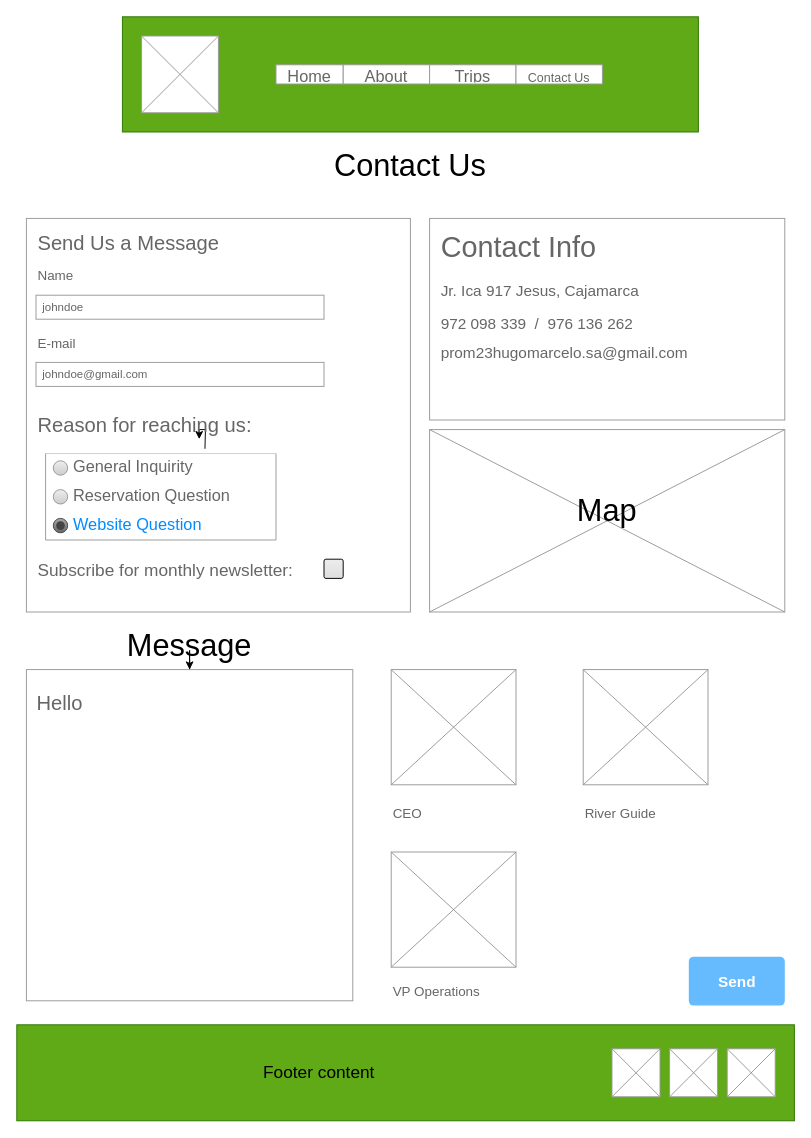
This is page "Contact Us" (1 of 2) of wireframes/contact-us.drawio from hugo-vasques/wdd130, a draw.io file, before an edit. Source tidied: cells renumbered, new cells numbered last; positions are measured from the earlier drawing's top-left corner, leaving out a move shared by most shapes. Both pictures are drawn from the tidied source at 96%, with x=0, y=0 at pixel (16, 16).
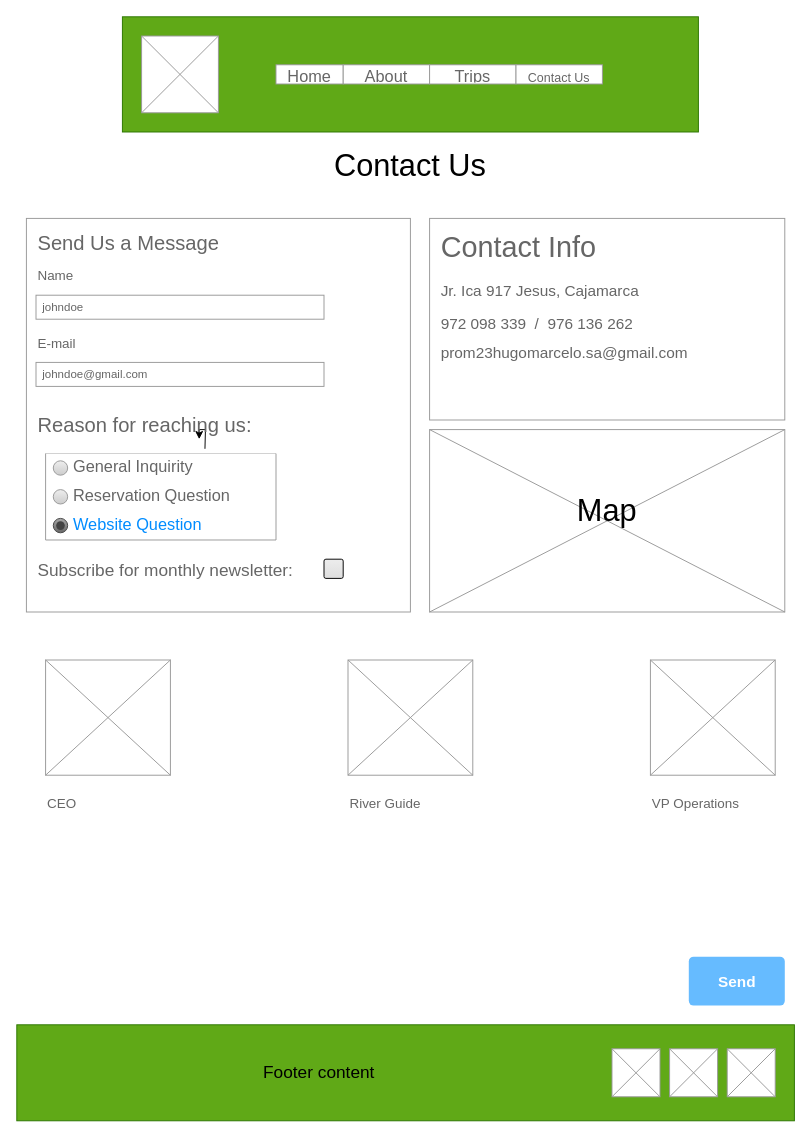
Above is the later version.

Commit message (it also covers changes not shown here):
added my wireframe design

What changed in the source:
```diff
@@
-    <mxCell id="42" style="edgeStyle=orthogonalEdgeStyle;rounded=0;jettySize=auto;html=1;" parent="1" edge="1" source="43" target="44">
-      <mxGeometry relative="1" as="geometry" />
-    </mxCell>
-    <mxCell id="43" value="Message" style="text;html=1;align=center;verticalAlign=middle;whiteSpace=wrap;rounded=0;fontSize=32;" parent="1" vertex="1">
-      <mxGeometry x="10" y="640" width="340" height="30" as="geometry" />
-    </mxCell>
-    <mxCell id="44" style="strokeWidth=1;shadow=0;dashed=0;align=center;html=1;shape=mxgraph.mockup.forms.rrect;rSize=0;strokeColor=#999999;fillColor=#ffffff;" parent="1" vertex="1">
-      <mxGeometry x="10" y="680" width="340" height="345" as="geometry" />
-    </mxCell>
-    <mxCell id="45" value="Hello" style="strokeWidth=1;shadow=0;dashed=0;align=center;html=1;shape=mxgraph.mockup.forms.anchor;fontSize=21;fontColor=#666666;align=left;spacingLeft=0;" parent="44" vertex="1">
-      <mxGeometry width="289" height="30" relative="1" as="geometry">
-        <mxPoint x="9" y="20" as="offset" />
-      </mxGeometry>
-    </mxCell>
-    <mxCell id="46" style="strokeWidth=1;shadow=0;dashed=0;align=center;html=1;shape=mxgraph.mockup.forms.anchor;fontSize=21;fontColor=#666666;align=left;spacingLeft=0;" parent="44" vertex="1">
-      <mxGeometry x="8.5" y="168.3" width="289" height="25.2" as="geometry" />
-    </mxCell>
     <mxCell id="47" style="verticalLabelPosition=bottom;shadow=0;dashed=0;align=center;html=1;verticalAlign=top;strokeWidth=1;shape=mxgraph.mockup.graphics.simpleIcon;strokeColor=#999999;" parent="1" vertex="1">
-      <mxGeometry x="390" y="680" width="130" height="120" as="geometry" />
+      <mxGeometry x="30" y="670" width="130" height="120" as="geometry" />
     </mxCell>
     <mxCell id="48" style="verticalLabelPosition=bottom;shadow=0;dashed=0;align=center;html=1;verticalAlign=top;strokeWidth=1;shape=mxgraph.mockup.graphics.simpleIcon;strokeColor=#999999;" parent="1" vertex="1">
-      <mxGeometry x="390" y="870" width="130" height="120" as="geometry" />
+      <mxGeometry x="660" y="670" width="130" height="120" as="geometry" />
     </mxCell>
     <mxCell id="49" style="verticalLabelPosition=bottom;shadow=0;dashed=0;align=center;html=1;verticalAlign=top;strokeWidth=1;shape=mxgraph.mockup.graphics.simpleIcon;strokeColor=#999999;" parent="1" vertex="1">
-      <mxGeometry x="590" y="680" width="130" height="120" as="geometry" />
+      <mxGeometry x="345" y="670" width="130" height="120" as="geometry" />
     </mxCell>
     <mxCell id="50" value="CEO" style="strokeWidth=1;shadow=0;dashed=0;align=right;html=1;shape=mxgraph.mockup.forms.anchor;fontSize=14;fontColor=#666666;align=left;spacingLeft=0;" parent="1" vertex="1">
-      <mxGeometry x="390" y="820" width="130" height="20" as="geometry" />
+      <mxGeometry x="30" y="810" width="130" height="20" as="geometry" />
     </mxCell>
     <mxCell id="51" value="VP Operations" style="strokeWidth=1;shadow=0;dashed=0;align=center;html=1;shape=mxgraph.mockup.forms.anchor;fontSize=14;fontColor=#666666;align=left;spacingLeft=0;" parent="1" vertex="1">
-      <mxGeometry x="390" y="1005" width="130" height="20" as="geometry" />
+      <mxGeometry x="660" y="810" width="130" height="20" as="geometry" />
     </mxCell>
     <mxCell id="52" value="River Guide" style="strokeWidth=1;shadow=0;dashed=0;align=center;html=1;shape=mxgraph.mockup.forms.anchor;fontSize=14;fontColor=#666666;align=left;spacingLeft=0;" parent="1" vertex="1">
-      <mxGeometry x="590" y="820" width="130" height="20" as="geometry" />
+      <mxGeometry x="345" y="810" width="130" height="20" as="geometry" />
     </mxCell>
```
